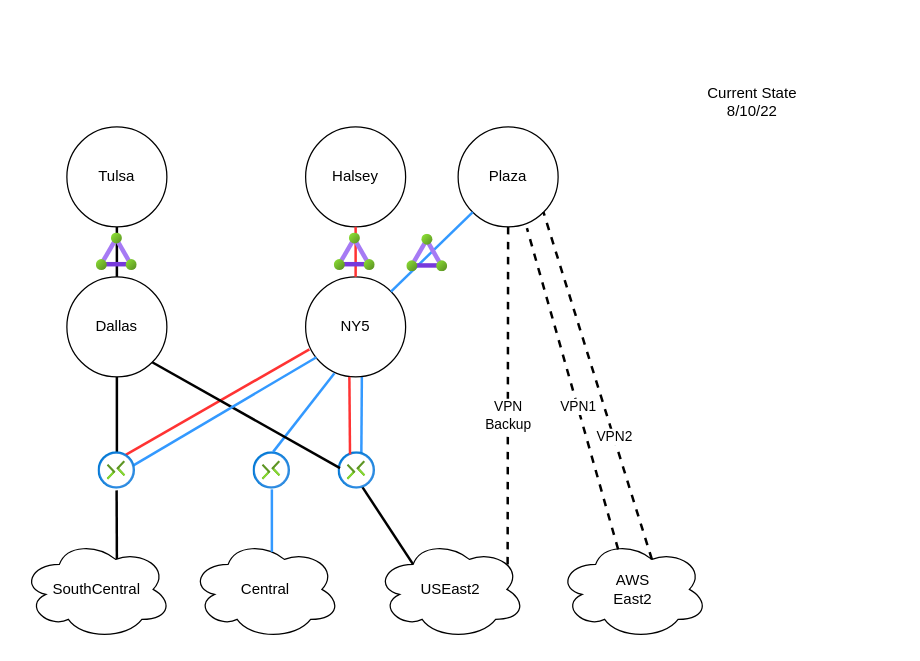
The draw.io diagram page "Current State" (1 of 2) of Cloud2.drawio in rhoatson/Draw.io, before the edit. Source tidied: cells renumbered, new cells numbered last; positions are measured from the earlier drawing's top-left corner, leaving out a move shared by most shapes. Both pictures are drawn from the tidied source at 125%, with x=0, y=0 at pixel (21, 76).
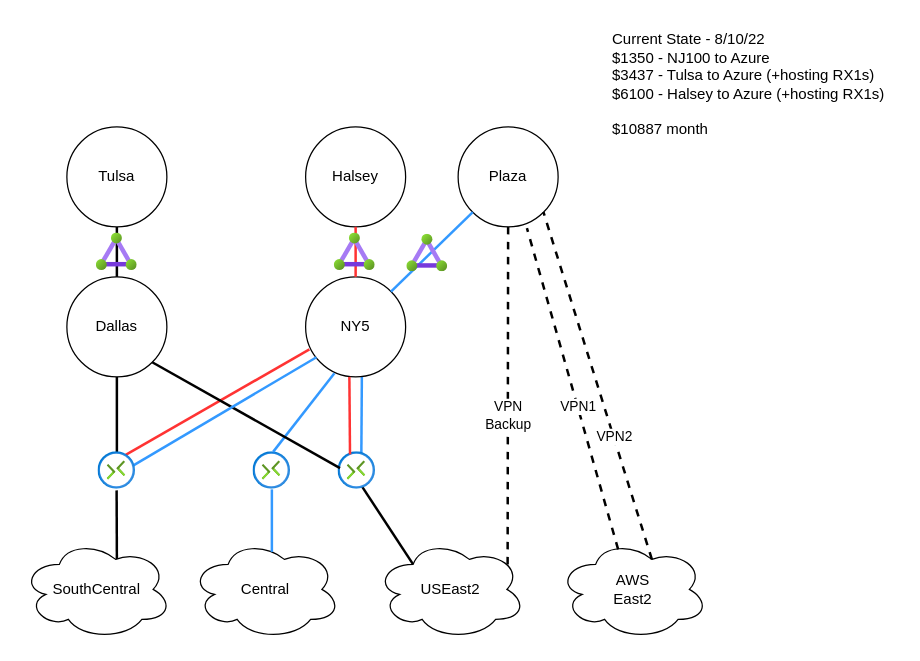
Above is the later version.

The edit, as a diff of the source:
```diff
@@
-    <mxCell id="36" value="&lt;div&gt;Current State&lt;/div&gt;&lt;div&gt;8/10/22&lt;br&gt;&lt;/div&gt;" style="text;html=1;align=center;verticalAlign=middle;strokeColor=none;fillColor=none;" parent="1" vertex="1">
-      <mxGeometry x="539" width="90" height="40" as="geometry" />
+    <mxCell id="36" value="&lt;div align=&quot;left&quot;&gt;Current State - 8/10/22&lt;/div&gt;&lt;div align=&quot;left&quot;&gt;$1350 - NJ100 to Azure&lt;/div&gt;&lt;div align=&quot;left&quot;&gt;$3437 - Tulsa to Azure (+hosting RX1s)&lt;/div&gt;&lt;div align=&quot;left&quot;&gt;$6100 - Halsey to Azure (+hosting RX1s)&lt;/div&gt;&lt;div align=&quot;left&quot;&gt;&lt;br&gt;&lt;/div&gt;&lt;div align=&quot;left&quot;&gt;$10887 month&lt;br&gt;&lt;/div&gt;" style="text;html=1;align=center;verticalAlign=middle;strokeColor=none;fillColor=none;" parent="1" vertex="1">
+      <mxGeometry x="461" y="-44" width="240" height="100" as="geometry" />
     </mxCell>
```
